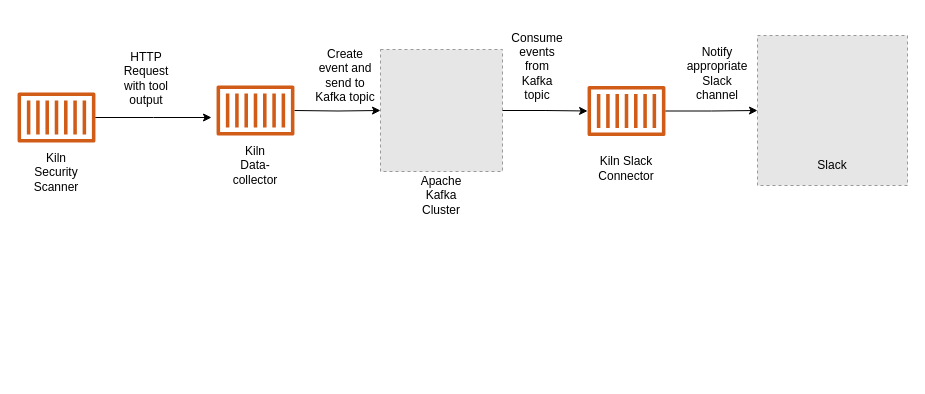
The draw.io diagram docs/images/Kiln Architecture diagram.drawio in simplybusiness/Kiln, before the edit. Source tidied: cells renumbered, new cells numbered last; positions are measured from the earlier drawing's top-left corner, leaving out a move shared by most shapes. Both pictures are drawn from the tidied source at 100%, with x=0, y=0 at pixel (17, 35). Pictures stored in the file or linked from it are replaced by grey dashed boxes.
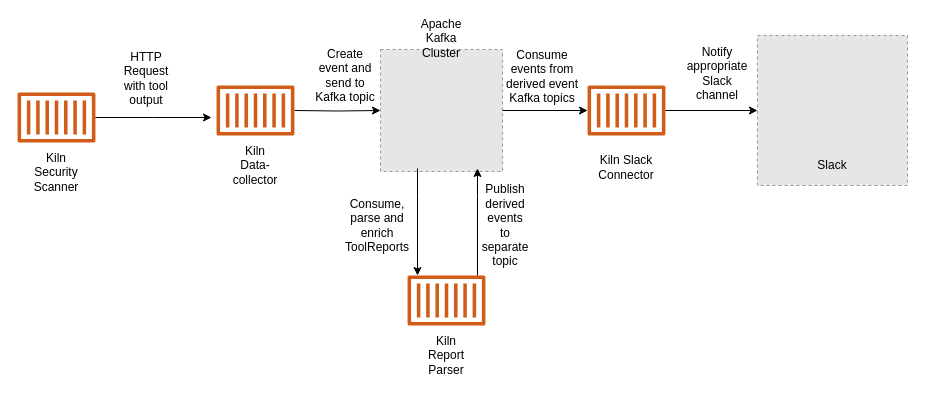
The same diagram, later.

Commit message (it also covers changes not shown here):
Docs: Updated architecture diagram to include report parser service

Unchanged cells that the change refers to:
```xml
<mxCell id="11" style="group;" parent="1" vertex="1">
  <mxGeometry x="363" y="14" width="122" height="156" as="geometry" />
</mxCell>
```

Change to the diagram source:
```diff
@@
     <mxCell id="5" style="group;" parent="1" vertex="1">
-      <mxGeometry x="570" y="50.5" width="78" height="92" as="geometry" />
+      <mxGeometry x="570" y="50" width="78" height="92" as="geometry" />
     </mxCell>
@@
-    <mxCell id="13" value="Apache Kafka Cluster" style="text;html=1;strokeColor=none;fillColor=none;align=center;verticalAlign=middle;whiteSpace=wrap;rounded=0;" parent="11" vertex="1">
-      <mxGeometry x="41" y="136" width="40" height="20" as="geometry" />
-    </mxCell>
@@
-    <mxCell id="20" value="Consume events from Kafka topic" style="text;html=1;strokeColor=none;fillColor=none;align=center;verticalAlign=middle;whiteSpace=wrap;rounded=0;" parent="1" vertex="1">
-      <mxGeometry x="500" y="20.5" width="40" height="20" as="geometry" />
+    <mxCell id="20" value="Consume events from derived event Kafka topics" style="text;html=1;strokeColor=none;fillColor=none;align=center;verticalAlign=middle;whiteSpace=wrap;rounded=0;" parent="1" vertex="1">
+      <mxGeometry x="485" y="31" width="80" height="20" as="geometry" />
     </mxCell>
@@
+    <mxCell id="25" style="group;" parent="1" vertex="1">
+      <mxGeometry x="390" y="240" width="78" height="90" as="geometry" />
+    </mxCell>
+    <mxCell id="26" style="outlineConnect=0;fontColor=#232F3E;gradientColor=none;fillColor=#D05C17;strokeColor=none;dashed=0;verticalLabelPosition=bottom;verticalAlign=top;align=center;html=1;fontSize=12;fontStyle=0;shape=mxgraph.aws4.container_1;" parent="25" vertex="1">
+      <mxGeometry width="78" height="50" as="geometry" />
+    </mxCell>
+    <mxCell id="27" value="Kiln Report Parser" style="text;html=1;strokeColor=none;fillColor=none;align=center;verticalAlign=middle;whiteSpace=wrap;rounded=0;" parent="25" vertex="1">
+      <mxGeometry x="19" y="70" width="40" height="20" as="geometry" />
+    </mxCell>
+    <mxCell id="13" value="Apache Kafka Cluster" style="text;html=1;strokeColor=none;fillColor=none;align=center;verticalAlign=middle;whiteSpace=wrap;rounded=0;" parent="1" vertex="1">
+      <mxGeometry x="404" y="-7" width="40" height="20" as="geometry" />
+    </mxCell>
+    <mxCell id="28" style="edgeStyle=orthogonalEdgeStyle;rounded=0;jettySize=auto;html=1;" parent="1" edge="1" target="26">
+      <mxGeometry relative="1" as="geometry">
+        <mxPoint x="400" y="133" as="sourcePoint" />
+        <Array as="points">
+          <mxPoint x="400" y="160" />
+          <mxPoint x="400" y="160" />
+        </Array>
+      </mxGeometry>
+    </mxCell>
+    <mxCell id="29" style="edgeStyle=orthogonalEdgeStyle;rounded=0;orthogonalLoop=1;jettySize=auto;html=1;startArrow=classic;startFill=1;endArrow=none;endFill=0;" parent="1" edge="1">
+      <mxGeometry relative="1" as="geometry">
+        <mxPoint x="460" y="133" as="sourcePoint" />
+        <mxPoint x="460" y="240" as="targetPoint" />
+        <Array as="points">
+          <mxPoint x="460" y="160" />
+          <mxPoint x="460" y="160" />
+        </Array>
+      </mxGeometry>
+    </mxCell>
+    <mxCell id="30" value="Consume, parse and enrich ToolReports" style="text;html=1;strokeColor=none;fillColor=none;align=center;verticalAlign=middle;whiteSpace=wrap;rounded=0;" parent="1" vertex="1">
+      <mxGeometry x="340" y="180" width="40" height="20" as="geometry" />
+    </mxCell>
+    <mxCell id="31" value="Publish derived events&lt;br&gt;to separate topic" style="text;html=1;strokeColor=none;fillColor=none;align=center;verticalAlign=middle;whiteSpace=wrap;rounded=0;" parent="1" vertex="1">
+      <mxGeometry x="468" y="180" width="40" height="20" as="geometry" />
+    </mxCell>
```
